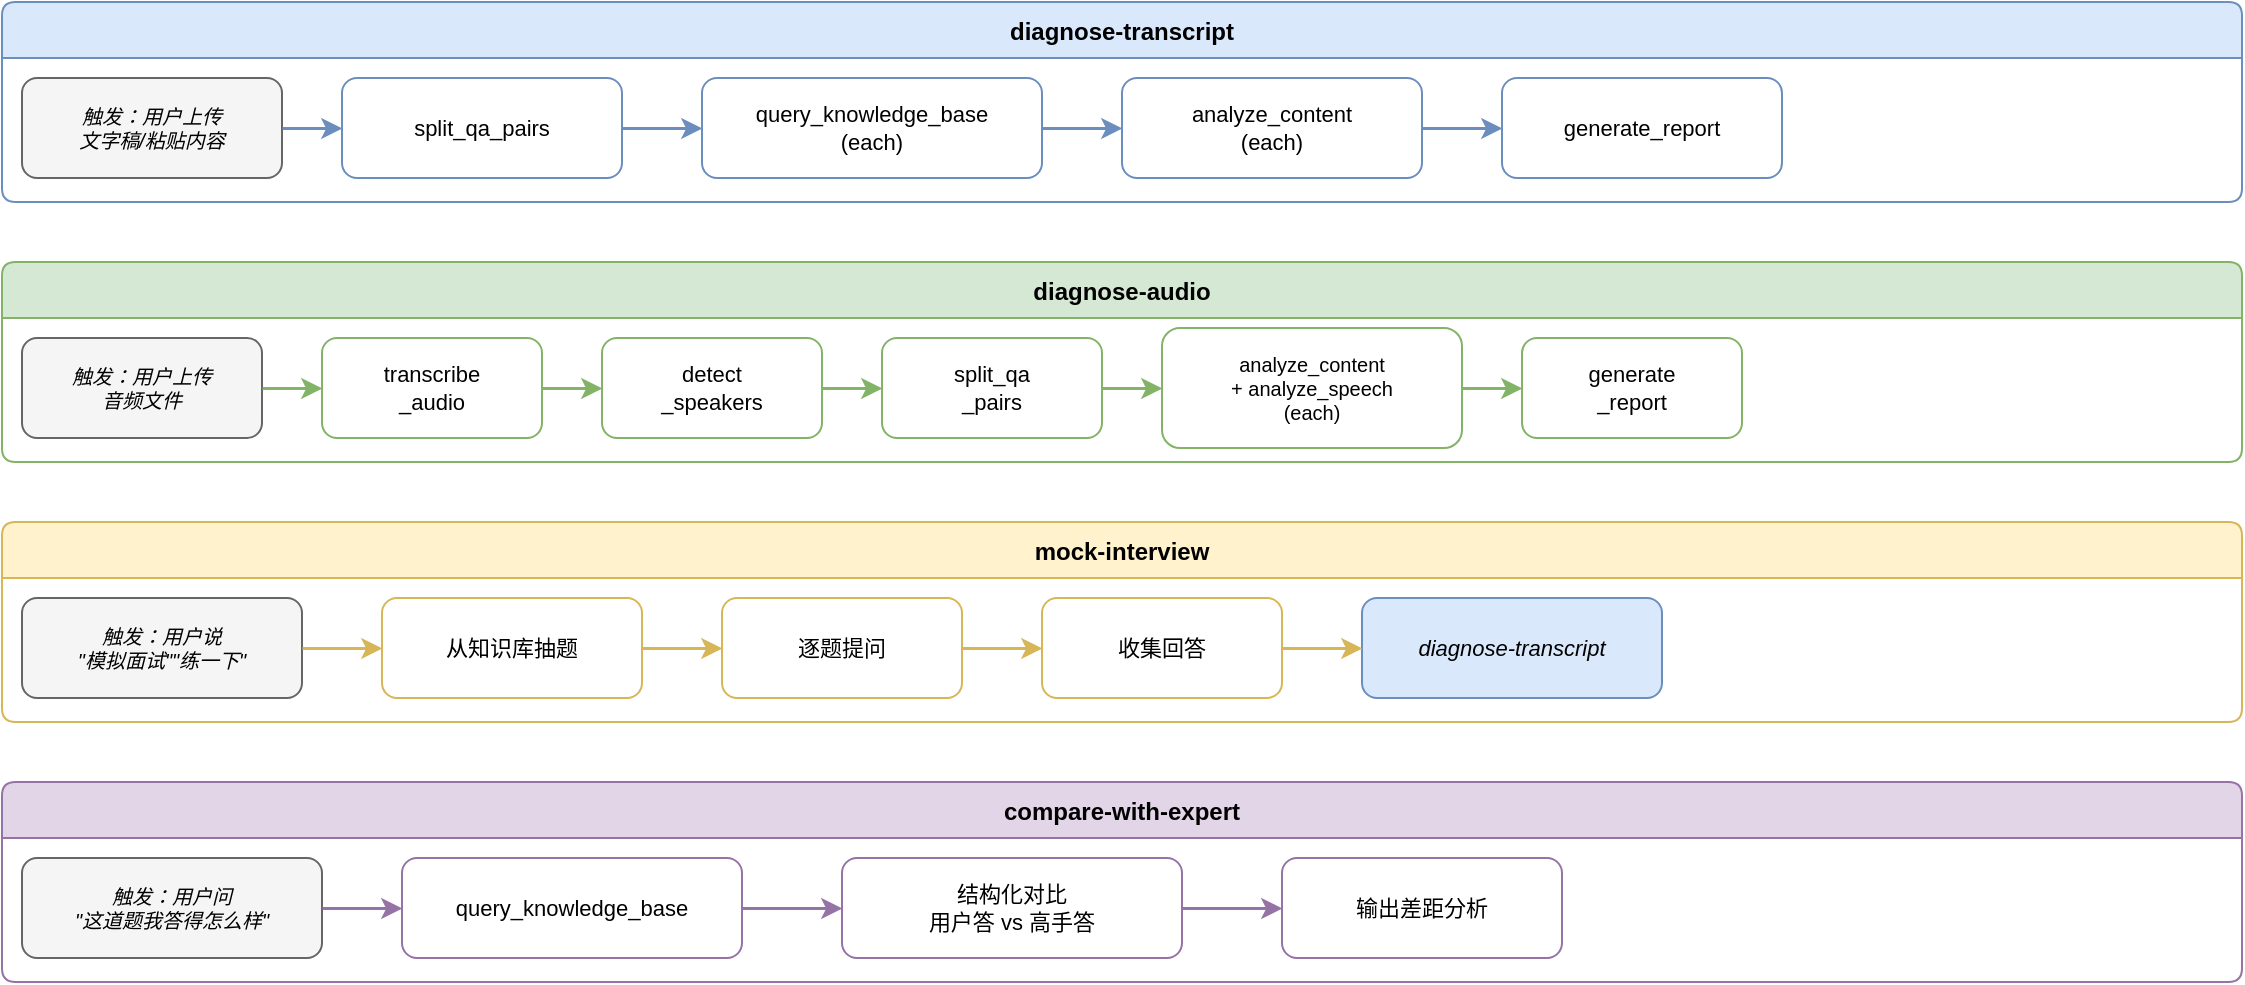
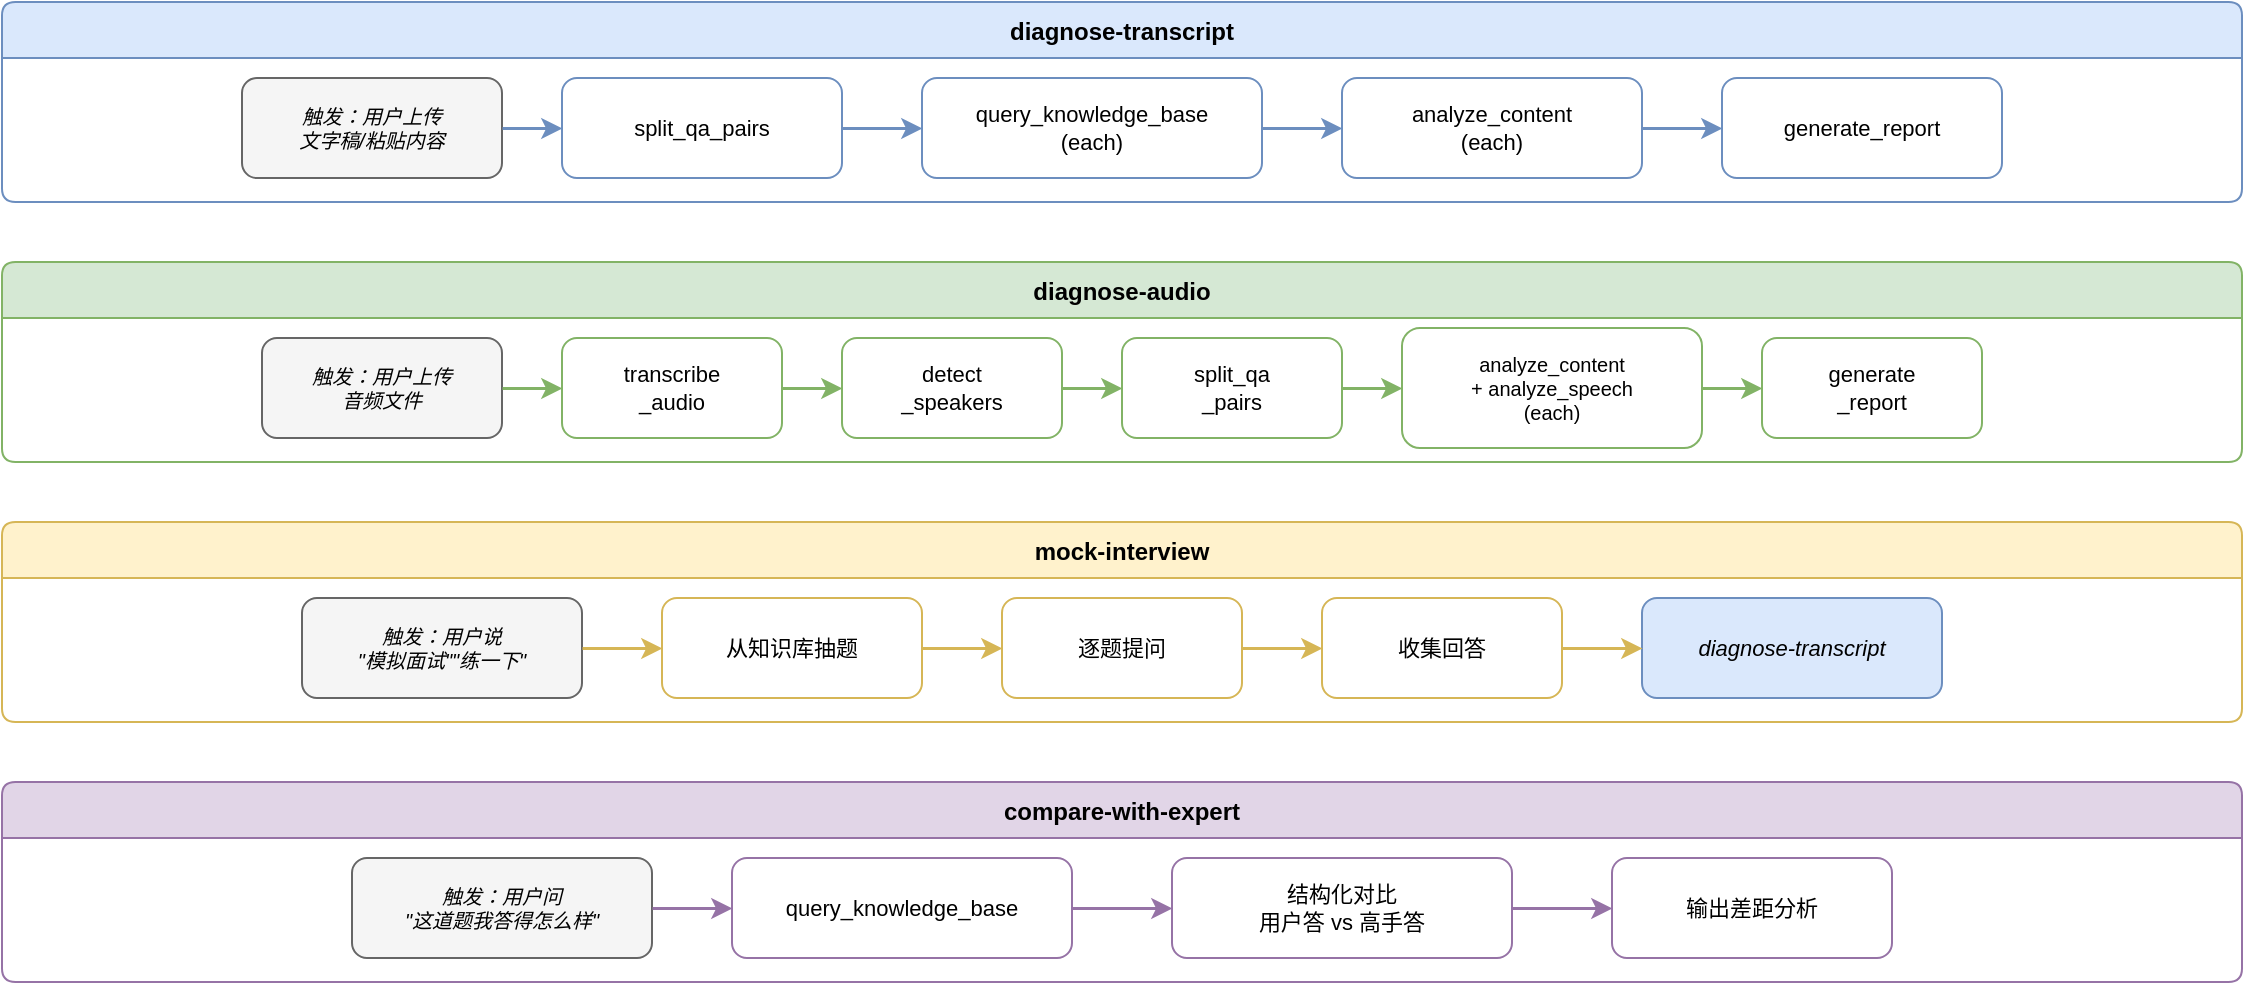
<?xml version="1.0" encoding="UTF-8"?>
<mxfile host="drawio" version="26.0.0">
  <diagram name="Page-1">
    <mxGraphModel dx="1200" dy="900" grid="1" gridSize="10" guides="1" tooltips="1" connect="1" arrows="1" fold="1" page="1" pageScale="1" pageWidth="1200" pageHeight="900" math="0" shadow="0">
      <root>
        <mxCell id="0" />
        <mxCell id="1" parent="0" />

        <!-- Skill 1: diagnose-transcript -->
        <mxCell id="sk1" value="diagnose-transcript" style="swimlane;startSize=28;fillColor=#dae8fc;strokeColor=#6c8ebf;fontStyle=1;fontSize=12;collapsible=0;rounded=1;arcSize=8;" vertex="1" parent="1">
          <mxGeometry x="40" y="20" width="1120" height="100" as="geometry" />
        </mxCell>
        <mxCell id="sk1_trig" value="触发：用户上传&#xa;文字稿/粘贴内容" style="rounded=1;whiteSpace=wrap;html=1;fillColor=#f5f5f5;strokeColor=#666666;fontSize=10;fontStyle=2;" vertex="1" parent="sk1">
-           <mxGeometry x="10" y="38" width="130" height="50" as="geometry" />
+           <mxGeometry x="120" y="38" width="130" height="50" as="geometry" />
        </mxCell>
        <mxCell id="sk1a" value="split_qa_pairs" style="rounded=1;whiteSpace=wrap;html=1;fillColor=#FFFFFF;strokeColor=#6c8ebf;fontSize=11;" vertex="1" parent="sk1">
-           <mxGeometry x="170" y="38" width="140" height="50" as="geometry" />
+           <mxGeometry x="280" y="38" width="140" height="50" as="geometry" />
        </mxCell>
        <mxCell id="sk1b" value="query_knowledge_base&#xa;(each)" style="rounded=1;whiteSpace=wrap;html=1;fillColor=#FFFFFF;strokeColor=#6c8ebf;fontSize=11;" vertex="1" parent="sk1">
-           <mxGeometry x="350" y="38" width="170" height="50" as="geometry" />
+           <mxGeometry x="460" y="38" width="170" height="50" as="geometry" />
        </mxCell>
        <mxCell id="sk1c" value="analyze_content&#xa;(each)" style="rounded=1;whiteSpace=wrap;html=1;fillColor=#FFFFFF;strokeColor=#6c8ebf;fontSize=11;" vertex="1" parent="sk1">
-           <mxGeometry x="560" y="38" width="150" height="50" as="geometry" />
+           <mxGeometry x="670" y="38" width="150" height="50" as="geometry" />
        </mxCell>
        <mxCell id="sk1d" value="generate_report" style="rounded=1;whiteSpace=wrap;html=1;fillColor=#FFFFFF;strokeColor=#6c8ebf;fontSize=11;" vertex="1" parent="sk1">
-           <mxGeometry x="750" y="38" width="140" height="50" as="geometry" />
+           <mxGeometry x="860" y="38" width="140" height="50" as="geometry" />
        </mxCell>
        <mxCell id="sk1e1" value="" style="edgeStyle=orthogonalEdgeStyle;rounded=1;orthogonalLoop=1;jettySize=auto;html=1;strokeColor=#6c8ebf;strokeWidth=1.5;exitX=1;exitY=0.5;exitDx=0;exitDy=0;entryX=0;entryY=0.5;entryDx=0;entryDy=0;" edge="1" parent="sk1" source="sk1_trig" target="sk1a">
          <mxGeometry relative="1" as="geometry" />
        </mxCell>
        <mxCell id="sk1e2" value="" style="edgeStyle=orthogonalEdgeStyle;rounded=1;orthogonalLoop=1;jettySize=auto;html=1;strokeColor=#6c8ebf;strokeWidth=1.5;exitX=1;exitY=0.5;exitDx=0;exitDy=0;entryX=0;entryY=0.5;entryDx=0;entryDy=0;" edge="1" parent="sk1" source="sk1a" target="sk1b">
          <mxGeometry relative="1" as="geometry" />
        </mxCell>
        <mxCell id="sk1e3" value="" style="edgeStyle=orthogonalEdgeStyle;rounded=1;orthogonalLoop=1;jettySize=auto;html=1;strokeColor=#6c8ebf;strokeWidth=1.5;exitX=1;exitY=0.5;exitDx=0;exitDy=0;entryX=0;entryY=0.5;entryDx=0;entryDy=0;" edge="1" parent="sk1" source="sk1b" target="sk1c">
          <mxGeometry relative="1" as="geometry" />
        </mxCell>
        <mxCell id="sk1e4" value="" style="edgeStyle=orthogonalEdgeStyle;rounded=1;orthogonalLoop=1;jettySize=auto;html=1;strokeColor=#6c8ebf;strokeWidth=1.5;exitX=1;exitY=0.5;exitDx=0;exitDy=0;entryX=0;entryY=0.5;entryDx=0;entryDy=0;" edge="1" parent="sk1" source="sk1c" target="sk1d">
          <mxGeometry relative="1" as="geometry" />
        </mxCell>

        <!-- Skill 2: diagnose-audio -->
        <mxCell id="sk2" value="diagnose-audio" style="swimlane;startSize=28;fillColor=#d5e8d4;strokeColor=#82b366;fontStyle=1;fontSize=12;collapsible=0;rounded=1;arcSize=8;" vertex="1" parent="1">
          <mxGeometry x="40" y="150" width="1120" height="100" as="geometry" />
        </mxCell>
        <mxCell id="sk2_trig" value="触发：用户上传&#xa;音频文件" style="rounded=1;whiteSpace=wrap;html=1;fillColor=#f5f5f5;strokeColor=#666666;fontSize=10;fontStyle=2;" vertex="1" parent="sk2">
-           <mxGeometry x="10" y="38" width="120" height="50" as="geometry" />
+           <mxGeometry x="130" y="38" width="120" height="50" as="geometry" />
        </mxCell>
        <mxCell id="sk2a" value="transcribe&#xa;_audio" style="rounded=1;whiteSpace=wrap;html=1;fillColor=#FFFFFF;strokeColor=#82b366;fontSize=11;" vertex="1" parent="sk2">
-           <mxGeometry x="160" y="38" width="110" height="50" as="geometry" />
+           <mxGeometry x="280" y="38" width="110" height="50" as="geometry" />
        </mxCell>
        <mxCell id="sk2b" value="detect&#xa;_speakers" style="rounded=1;whiteSpace=wrap;html=1;fillColor=#FFFFFF;strokeColor=#82b366;fontSize=11;" vertex="1" parent="sk2">
-           <mxGeometry x="300" y="38" width="110" height="50" as="geometry" />
+           <mxGeometry x="420" y="38" width="110" height="50" as="geometry" />
        </mxCell>
        <mxCell id="sk2c" value="split_qa&#xa;_pairs" style="rounded=1;whiteSpace=wrap;html=1;fillColor=#FFFFFF;strokeColor=#82b366;fontSize=11;" vertex="1" parent="sk2">
-           <mxGeometry x="440" y="38" width="110" height="50" as="geometry" />
+           <mxGeometry x="560" y="38" width="110" height="50" as="geometry" />
        </mxCell>
        <mxCell id="sk2d" value="analyze_content&#xa;+ analyze_speech&#xa;(each)" style="rounded=1;whiteSpace=wrap;html=1;fillColor=#FFFFFF;strokeColor=#82b366;fontSize=10;" vertex="1" parent="sk2">
-           <mxGeometry x="580" y="33" width="150" height="60" as="geometry" />
+           <mxGeometry x="700" y="33" width="150" height="60" as="geometry" />
        </mxCell>
        <mxCell id="sk2e" value="generate&#xa;_report" style="rounded=1;whiteSpace=wrap;html=1;fillColor=#FFFFFF;strokeColor=#82b366;fontSize=11;" vertex="1" parent="sk2">
-           <mxGeometry x="760" y="38" width="110" height="50" as="geometry" />
+           <mxGeometry x="880" y="38" width="110" height="50" as="geometry" />
        </mxCell>
        <mxCell id="sk2f1" value="" style="edgeStyle=orthogonalEdgeStyle;rounded=1;orthogonalLoop=1;jettySize=auto;html=1;strokeColor=#82b366;strokeWidth=1.5;exitX=1;exitY=0.5;exitDx=0;exitDy=0;entryX=0;entryY=0.5;entryDx=0;entryDy=0;" edge="1" parent="sk2" source="sk2_trig" target="sk2a">
          <mxGeometry relative="1" as="geometry" />
        </mxCell>
        <mxCell id="sk2f2" value="" style="edgeStyle=orthogonalEdgeStyle;rounded=1;orthogonalLoop=1;jettySize=auto;html=1;strokeColor=#82b366;strokeWidth=1.5;exitX=1;exitY=0.5;exitDx=0;exitDy=0;entryX=0;entryY=0.5;entryDx=0;entryDy=0;" edge="1" parent="sk2" source="sk2a" target="sk2b">
          <mxGeometry relative="1" as="geometry" />
        </mxCell>
        <mxCell id="sk2f3" value="" style="edgeStyle=orthogonalEdgeStyle;rounded=1;orthogonalLoop=1;jettySize=auto;html=1;strokeColor=#82b366;strokeWidth=1.5;exitX=1;exitY=0.5;exitDx=0;exitDy=0;entryX=0;entryY=0.5;entryDx=0;entryDy=0;" edge="1" parent="sk2" source="sk2b" target="sk2c">
          <mxGeometry relative="1" as="geometry" />
        </mxCell>
        <mxCell id="sk2f4" value="" style="edgeStyle=orthogonalEdgeStyle;rounded=1;orthogonalLoop=1;jettySize=auto;html=1;strokeColor=#82b366;strokeWidth=1.5;exitX=1;exitY=0.5;exitDx=0;exitDy=0;entryX=0;entryY=0.5;entryDx=0;entryDy=0;" edge="1" parent="sk2" source="sk2c" target="sk2d">
          <mxGeometry relative="1" as="geometry" />
        </mxCell>
        <mxCell id="sk2f5" value="" style="edgeStyle=orthogonalEdgeStyle;rounded=1;orthogonalLoop=1;jettySize=auto;html=1;strokeColor=#82b366;strokeWidth=1.5;exitX=1;exitY=0.5;exitDx=0;exitDy=0;entryX=0;entryY=0.5;entryDx=0;entryDy=0;" edge="1" parent="sk2" source="sk2d" target="sk2e">
          <mxGeometry relative="1" as="geometry" />
        </mxCell>

        <!-- Skill 3: mock-interview -->
        <mxCell id="sk3" value="mock-interview" style="swimlane;startSize=28;fillColor=#fff2cc;strokeColor=#d6b656;fontStyle=1;fontSize=12;collapsible=0;rounded=1;arcSize=8;" vertex="1" parent="1">
          <mxGeometry x="40" y="280" width="1120" height="100" as="geometry" />
        </mxCell>
        <mxCell id="sk3_trig" value="触发：用户说&#xa;&quot;模拟面试&quot;&quot;练一下&quot;" style="rounded=1;whiteSpace=wrap;html=1;fillColor=#f5f5f5;strokeColor=#666666;fontSize=10;fontStyle=2;" vertex="1" parent="sk3">
-           <mxGeometry x="10" y="38" width="140" height="50" as="geometry" />
+           <mxGeometry x="150" y="38" width="140" height="50" as="geometry" />
        </mxCell>
        <mxCell id="sk3a" value="从知识库抽题" style="rounded=1;whiteSpace=wrap;html=1;fillColor=#FFFFFF;strokeColor=#d6b656;fontSize=11;" vertex="1" parent="sk3">
-           <mxGeometry x="190" y="38" width="130" height="50" as="geometry" />
+           <mxGeometry x="330" y="38" width="130" height="50" as="geometry" />
        </mxCell>
        <mxCell id="sk3b" value="逐题提问" style="rounded=1;whiteSpace=wrap;html=1;fillColor=#FFFFFF;strokeColor=#d6b656;fontSize=11;" vertex="1" parent="sk3">
-           <mxGeometry x="360" y="38" width="120" height="50" as="geometry" />
+           <mxGeometry x="500" y="38" width="120" height="50" as="geometry" />
        </mxCell>
        <mxCell id="sk3c" value="收集回答" style="rounded=1;whiteSpace=wrap;html=1;fillColor=#FFFFFF;strokeColor=#d6b656;fontSize=11;" vertex="1" parent="sk3">
-           <mxGeometry x="520" y="38" width="120" height="50" as="geometry" />
+           <mxGeometry x="660" y="38" width="120" height="50" as="geometry" />
        </mxCell>
        <mxCell id="sk3d" value="diagnose-transcript" style="rounded=1;whiteSpace=wrap;html=1;fillColor=#dae8fc;strokeColor=#6c8ebf;fontSize=11;fontStyle=2;" vertex="1" parent="sk3">
-           <mxGeometry x="680" y="38" width="150" height="50" as="geometry" />
+           <mxGeometry x="820" y="38" width="150" height="50" as="geometry" />
        </mxCell>
        <mxCell id="sk3f1" value="" style="edgeStyle=orthogonalEdgeStyle;rounded=1;orthogonalLoop=1;jettySize=auto;html=1;strokeColor=#d6b656;strokeWidth=1.5;exitX=1;exitY=0.5;exitDx=0;exitDy=0;entryX=0;entryY=0.5;entryDx=0;entryDy=0;" edge="1" parent="sk3" source="sk3_trig" target="sk3a">
          <mxGeometry relative="1" as="geometry" />
        </mxCell>
        <mxCell id="sk3f2" value="" style="edgeStyle=orthogonalEdgeStyle;rounded=1;orthogonalLoop=1;jettySize=auto;html=1;strokeColor=#d6b656;strokeWidth=1.5;exitX=1;exitY=0.5;exitDx=0;exitDy=0;entryX=0;entryY=0.5;entryDx=0;entryDy=0;" edge="1" parent="sk3" source="sk3a" target="sk3b">
          <mxGeometry relative="1" as="geometry" />
        </mxCell>
        <mxCell id="sk3f3" value="" style="edgeStyle=orthogonalEdgeStyle;rounded=1;orthogonalLoop=1;jettySize=auto;html=1;strokeColor=#d6b656;strokeWidth=1.5;exitX=1;exitY=0.5;exitDx=0;exitDy=0;entryX=0;entryY=0.5;entryDx=0;entryDy=0;" edge="1" parent="sk3" source="sk3b" target="sk3c">
          <mxGeometry relative="1" as="geometry" />
        </mxCell>
        <mxCell id="sk3f4" value="" style="edgeStyle=orthogonalEdgeStyle;rounded=1;orthogonalLoop=1;jettySize=auto;html=1;strokeColor=#d6b656;strokeWidth=1.5;exitX=1;exitY=0.5;exitDx=0;exitDy=0;entryX=0;entryY=0.5;entryDx=0;entryDy=0;" edge="1" parent="sk3" source="sk3c" target="sk3d">
          <mxGeometry relative="1" as="geometry" />
        </mxCell>

        <!-- Skill 4: compare-with-expert -->
        <mxCell id="sk4" value="compare-with-expert" style="swimlane;startSize=28;fillColor=#e1d5e7;strokeColor=#9673a6;fontStyle=1;fontSize=12;collapsible=0;rounded=1;arcSize=8;" vertex="1" parent="1">
          <mxGeometry x="40" y="410" width="1120" height="100" as="geometry" />
        </mxCell>
        <mxCell id="sk4_trig" value="触发：用户问&#xa;&quot;这道题我答得怎么样&quot;" style="rounded=1;whiteSpace=wrap;html=1;fillColor=#f5f5f5;strokeColor=#666666;fontSize=10;fontStyle=2;" vertex="1" parent="sk4">
-           <mxGeometry x="10" y="38" width="150" height="50" as="geometry" />
+           <mxGeometry x="175" y="38" width="150" height="50" as="geometry" />
        </mxCell>
        <mxCell id="sk4a" value="query_knowledge_base" style="rounded=1;whiteSpace=wrap;html=1;fillColor=#FFFFFF;strokeColor=#9673a6;fontSize=11;" vertex="1" parent="sk4">
-           <mxGeometry x="200" y="38" width="170" height="50" as="geometry" />
+           <mxGeometry x="365" y="38" width="170" height="50" as="geometry" />
        </mxCell>
        <mxCell id="sk4b" value="结构化对比&#xa;用户答 vs 高手答" style="rounded=1;whiteSpace=wrap;html=1;fillColor=#FFFFFF;strokeColor=#9673a6;fontSize=11;" vertex="1" parent="sk4">
-           <mxGeometry x="420" y="38" width="170" height="50" as="geometry" />
+           <mxGeometry x="585" y="38" width="170" height="50" as="geometry" />
        </mxCell>
        <mxCell id="sk4c" value="输出差距分析" style="rounded=1;whiteSpace=wrap;html=1;fillColor=#FFFFFF;strokeColor=#9673a6;fontSize=11;" vertex="1" parent="sk4">
-           <mxGeometry x="640" y="38" width="140" height="50" as="geometry" />
+           <mxGeometry x="805" y="38" width="140" height="50" as="geometry" />
        </mxCell>
        <mxCell id="sk4f1" value="" style="edgeStyle=orthogonalEdgeStyle;rounded=1;orthogonalLoop=1;jettySize=auto;html=1;strokeColor=#9673a6;strokeWidth=1.5;exitX=1;exitY=0.5;exitDx=0;exitDy=0;entryX=0;entryY=0.5;entryDx=0;entryDy=0;" edge="1" parent="sk4" source="sk4_trig" target="sk4a">
          <mxGeometry relative="1" as="geometry" />
        </mxCell>
        <mxCell id="sk4f2" value="" style="edgeStyle=orthogonalEdgeStyle;rounded=1;orthogonalLoop=1;jettySize=auto;html=1;strokeColor=#9673a6;strokeWidth=1.5;exitX=1;exitY=0.5;exitDx=0;exitDy=0;entryX=0;entryY=0.5;entryDx=0;entryDy=0;" edge="1" parent="sk4" source="sk4a" target="sk4b">
          <mxGeometry relative="1" as="geometry" />
        </mxCell>
        <mxCell id="sk4f3" value="" style="edgeStyle=orthogonalEdgeStyle;rounded=1;orthogonalLoop=1;jettySize=auto;html=1;strokeColor=#9673a6;strokeWidth=1.5;exitX=1;exitY=0.5;exitDx=0;exitDy=0;entryX=0;entryY=0.5;entryDx=0;entryDy=0;" edge="1" parent="sk4" source="sk4b" target="sk4c">
          <mxGeometry relative="1" as="geometry" />
        </mxCell>
      </root>
    </mxGraphModel>
  </diagram>
</mxfile>
